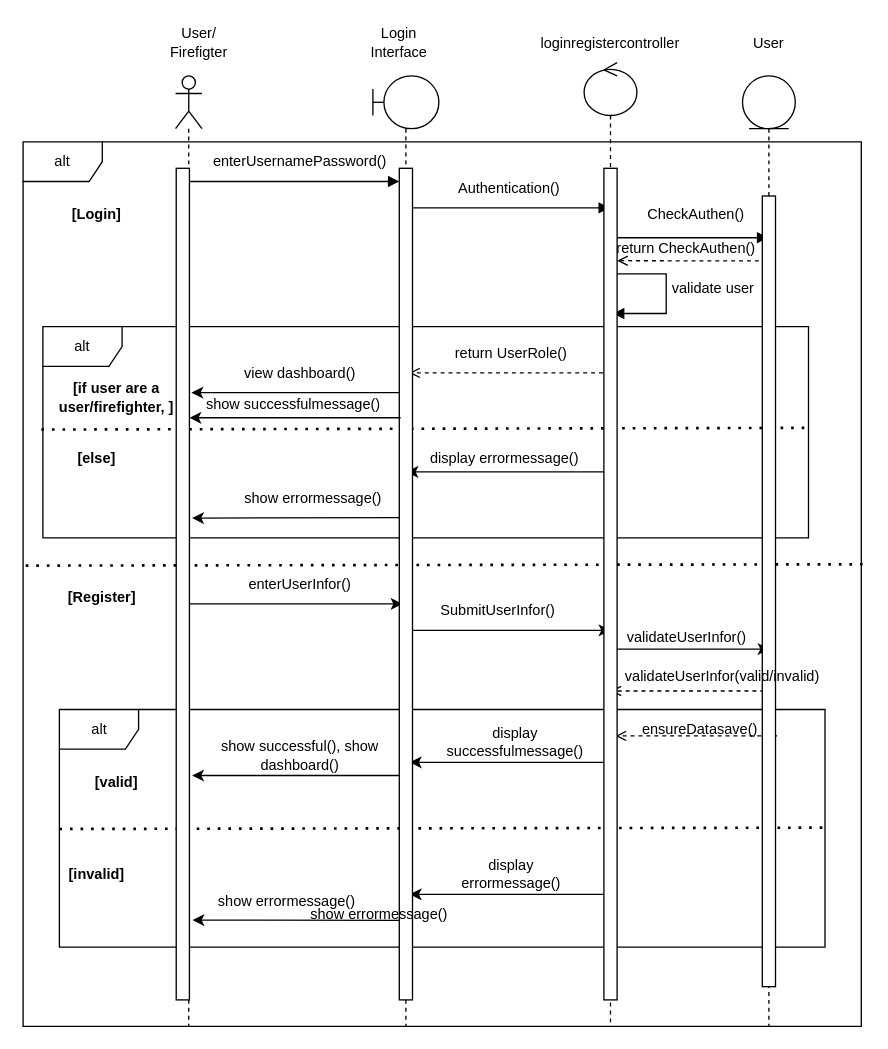
The draw.io diagram page "login SD" (4 of 21) of doc/PSM.drawio in SNFASA/AI-Fire-Monitoring-System, before the edit. Source tidied: cells renumbered, new cells numbered last; positions are measured from the earlier drawing's top-left corner, leaving out a move shared by most shapes. Both pictures are drawn from the tidied source at 132%, with x=0, y=0 at pixel (22, 22).
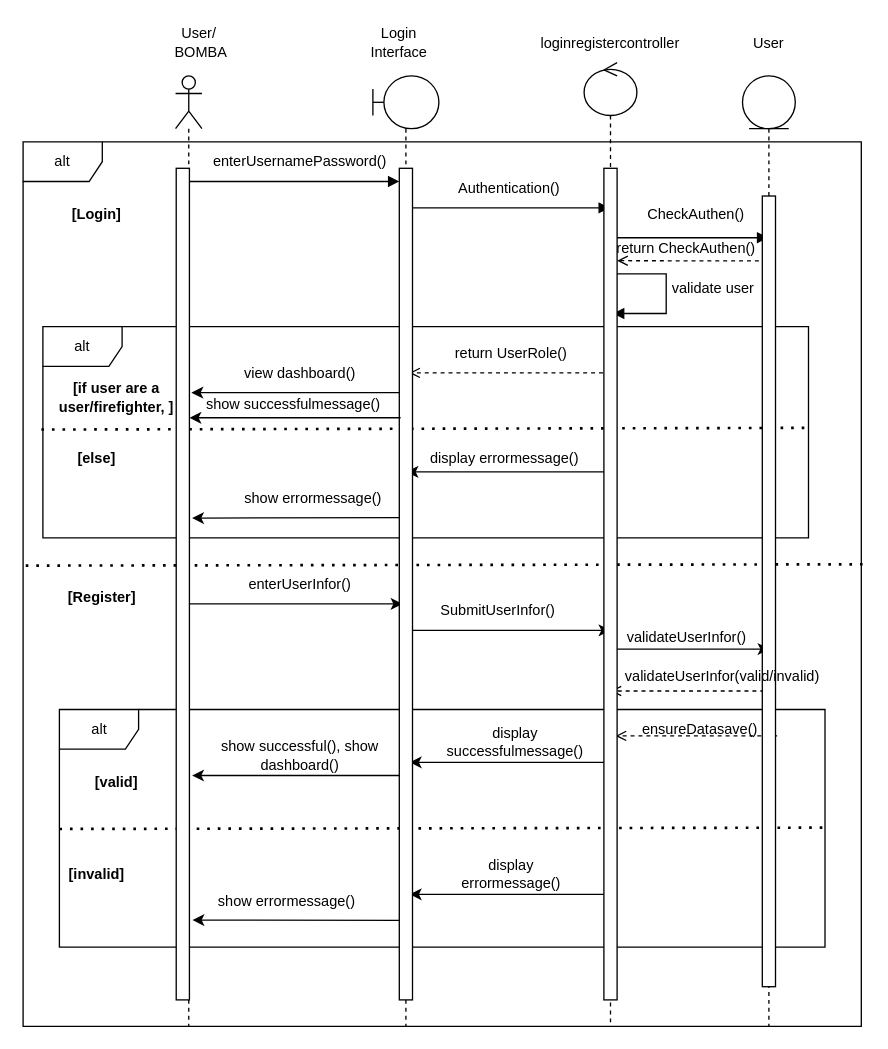
After the change.

Diff of the diagram source:
```diff
@@
-    <mxCell id="6" value="User/&amp;nbsp;&lt;div&gt;Firefigter&amp;nbsp;&lt;/div&gt;" style="text;html=1;whiteSpace=wrap;strokeColor=none;fillColor=none;align=center;verticalAlign=middle;rounded=0;fontFamily=Helvetica;fontSize=11;fontColor=default;labelBackgroundColor=default;" parent="1" vertex="1">
+    <mxCell id="6" value="User/&amp;nbsp;&lt;div&gt;BOMBA&lt;/div&gt;" style="text;html=1;whiteSpace=wrap;strokeColor=none;fillColor=none;align=center;verticalAlign=middle;rounded=0;fontFamily=Helvetica;fontSize=11;fontColor=default;labelBackgroundColor=default;" parent="1" vertex="1">
       <mxGeometry x="105" width="60" height="30" as="geometry" />
     </mxCell>
@@
-    <mxCell id="64" value="show errormessage()" style="text;html=1;whiteSpace=wrap;strokeColor=none;fillColor=none;align=center;verticalAlign=middle;rounded=0;fontFamily=Helvetica;fontSize=11;fontColor=default;labelBackgroundColor=none;" parent="1" vertex="1">
-      <mxGeometry x="215" y="660" width="110" height="30" as="geometry" />
-    </mxCell>
```
